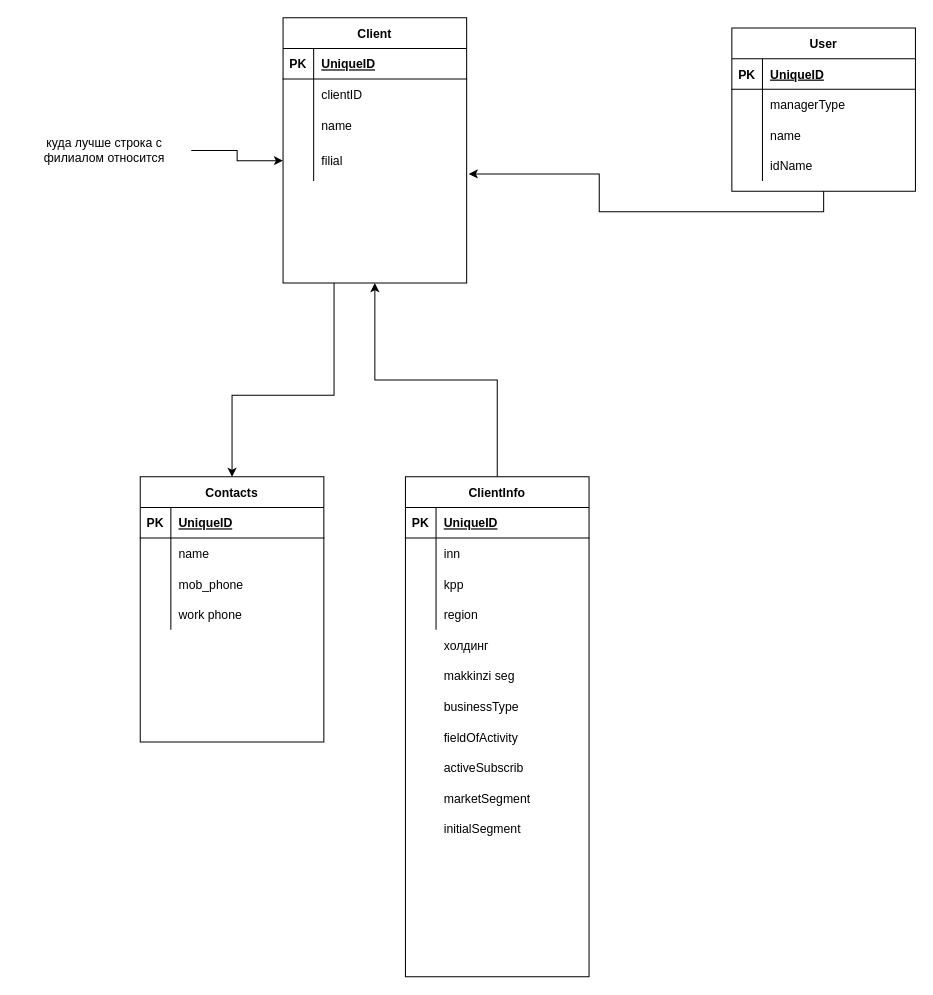
Above: Untitled Diagram.drawio in AndyReigan/Mercator (draw.io), before the change. Source tidied: cells renumbered, new cells numbered last; positions are measured from the earlier drawing's top-left corner, leaving out a move shared by most shapes. Both pictures are drawn from the tidied source at 102%, with x=0, y=0 at pixel (17, 17).
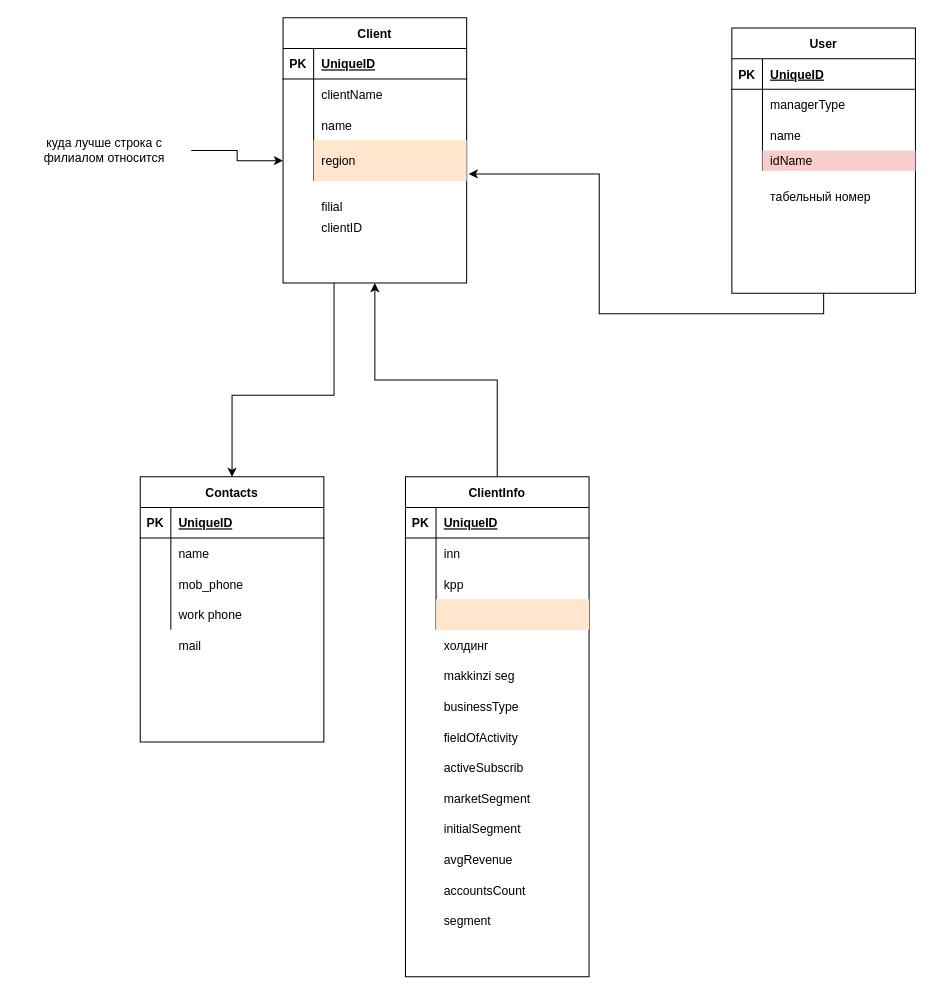
The same diagram, later.

The change refers to these unchanged cells:
```xml
<mxCell id="13" style="shape=partialRectangle;fillColor=none;top=0;left=0;bottom=0;right=0;" parent="3" vertex="1">
  <mxGeometry y="120" width="180" height="30" as="geometry" />
</mxCell>
<mxCell id="34" style="shape=partialRectangle;fillColor=none;top=0;left=0;bottom=0;right=0;" parent="30" vertex="1">
  <mxGeometry y="60" width="180" height="30" as="geometry" />
</mxCell>
<mxCell id="40" style="shape=partialRectangle;fillColor=none;top=0;left=0;bottom=0;right=0;points=[[0,0.5],[1,0.5]];portConstraint=eastwest;" parent="30" vertex="1">
  <mxGeometry y="120" width="180" height="40" as="geometry" />
</mxCell>
```

Diff of the diagram source:
```diff
@@
-    <mxCell id="15" value="region" style="shape=partialRectangle;fillColor=none;top=0;left=0;bottom=0;right=0;align=left;spacingLeft=6;overflow=hidden;" parent="13" vertex="1">
+    <mxCell id="15" style="shape=partialRectangle;fillColor=#ffe6cc;top=0;left=0;bottom=0;right=0;align=left;spacingLeft=6;overflow=hidden;strokeColor=#d79b00;" parent="13" vertex="1">
       <mxGeometry x="30" width="150" height="30" as="geometry" />
     </mxCell>
@@
-    <mxCell id="36" value="clientID" style="shape=partialRectangle;fillColor=none;top=0;left=0;bottom=0;right=0;align=left;spacingLeft=6;overflow=hidden;" parent="34" vertex="1">
+    <mxCell id="36" value="clientName" style="shape=partialRectangle;fillColor=none;top=0;left=0;bottom=0;right=0;align=left;spacingLeft=6;overflow=hidden;" parent="34" vertex="1">
       <mxGeometry x="30" width="150" height="30" as="geometry" />
     </mxCell>
@@
-    <mxCell id="42" value="filial" style="shape=partialRectangle;fillColor=none;top=0;left=0;bottom=0;right=0;align=left;spacingLeft=6;overflow=hidden;" parent="40" vertex="1">
+    <mxCell id="42" value="region" style="shape=partialRectangle;fillColor=#ffe6cc;top=0;left=0;bottom=0;right=0;align=left;spacingLeft=6;overflow=hidden;strokeColor=#d79b00;" parent="40" vertex="1">
       <mxGeometry x="30" width="150" height="40" as="geometry" />
     </mxCell>
@@
     <mxCell id="44" value="User" style="shape=table;startSize=30;childLayout=tableLayout;rowLines=0;fontStyle=1;align=center;" parent="1" vertex="1">
-      <mxGeometry x="700" y="10" width="180" height="160" as="geometry" />
+      <mxGeometry x="700" y="10" width="180" height="260" as="geometry" />
     </mxCell>
@@
     <mxCell id="54" style="shape=partialRectangle;fillColor=none;top=0;left=0;bottom=0;right=0;" parent="44" vertex="1">
-      <mxGeometry y="120" width="180" height="30" as="geometry" />
+      <mxGeometry y="120" width="180" height="20" as="geometry" />
     </mxCell>
     <mxCell id="55" style="shape=partialRectangle;fillColor=none;top=0;left=0;bottom=0;right=0;overflow=hidden;" parent="54" vertex="1">
-      <mxGeometry width="30" height="30" as="geometry" />
+      <mxGeometry width="30" height="20" as="geometry" />
     </mxCell>
-    <mxCell id="56" value="idName" style="shape=partialRectangle;fillColor=none;top=0;left=0;bottom=0;right=0;align=left;spacingLeft=6;overflow=hidden;" parent="54" vertex="1">
-      <mxGeometry x="30" width="150" height="30" as="geometry" />
+    <mxCell id="56" value="idName" style="shape=partialRectangle;fillColor=#f8cecc;top=0;left=0;bottom=0;right=0;align=left;spacingLeft=6;overflow=hidden;strokeColor=#b85450;" parent="54" vertex="1">
+      <mxGeometry x="30" width="150" height="20" as="geometry" />
     </mxCell>
@@
+    <mxCell id="67" value="avgRevenue" style="shape=partialRectangle;fillColor=none;top=0;left=0;bottom=0;right=0;align=left;spacingLeft=6;overflow=hidden;" parent="1" vertex="1">
+      <mxGeometry x="410" y="810" width="150" height="30" as="geometry" />
+    </mxCell>
+    <mxCell id="68" value="mail" style="shape=partialRectangle;fillColor=none;top=0;left=0;bottom=0;right=0;align=left;spacingLeft=6;overflow=hidden;" parent="1" vertex="1">
+      <mxGeometry x="150" y="600" width="150" height="30" as="geometry" />
+    </mxCell>
+    <mxCell id="69" value="accountsCount" style="shape=partialRectangle;fillColor=none;top=0;left=0;bottom=0;right=0;align=left;spacingLeft=6;overflow=hidden;" parent="1" vertex="1">
+      <mxGeometry x="410" y="840" width="150" height="30" as="geometry" />
+    </mxCell>
+    <mxCell id="70" value="clientID" style="shape=partialRectangle;fillColor=none;top=0;left=0;bottom=0;right=0;align=left;spacingLeft=6;overflow=hidden;" parent="1" vertex="1">
+      <mxGeometry x="290" y="190" width="150" height="30" as="geometry" />
+    </mxCell>
+    <mxCell id="71" value="filial" style="shape=partialRectangle;fillColor=none;top=0;left=0;bottom=0;right=0;align=left;spacingLeft=6;overflow=hidden;" parent="1" vertex="1">
+      <mxGeometry x="290" y="170" width="150" height="30" as="geometry" />
+    </mxCell>
+    <mxCell id="72" value="segment" style="shape=partialRectangle;fillColor=none;top=0;left=0;bottom=0;right=0;align=left;spacingLeft=6;overflow=hidden;" parent="1" vertex="1">
+      <mxGeometry x="410" y="870" width="150" height="30" as="geometry" />
+    </mxCell>
+    <mxCell id="73" value="табельный номер" style="shape=partialRectangle;fillColor=none;top=0;left=0;bottom=0;right=0;align=left;spacingLeft=6;overflow=hidden;" parent="1" vertex="1">
+      <mxGeometry x="730" y="160" width="150" height="30" as="geometry" />
+    </mxCell>
```
